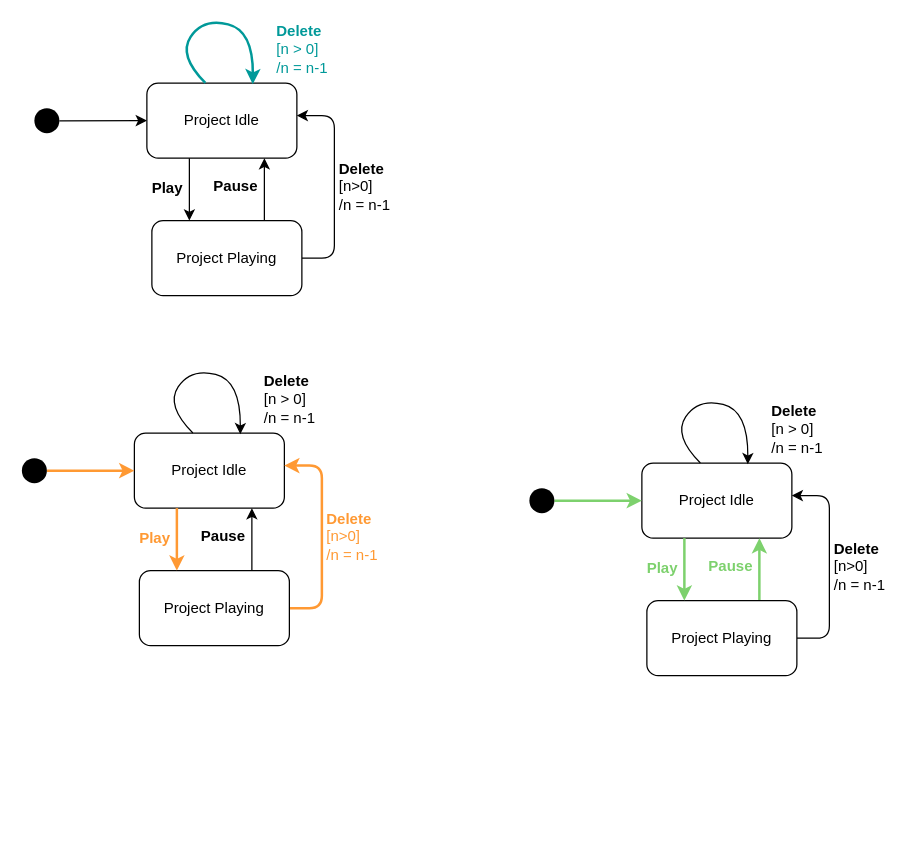
Above: docs/04_assignment/schema/03_delete_project/03_tests.drawio in Jumaruba/jtimesched (draw.io), before the change. Source tidied: cells renumbered, new cells numbered last; positions are measured from the earlier drawing's top-left corner, leaving out a move shared by most shapes. Both pictures are drawn from the tidied source at 125%, with x=0, y=0 at pixel (21, 18).
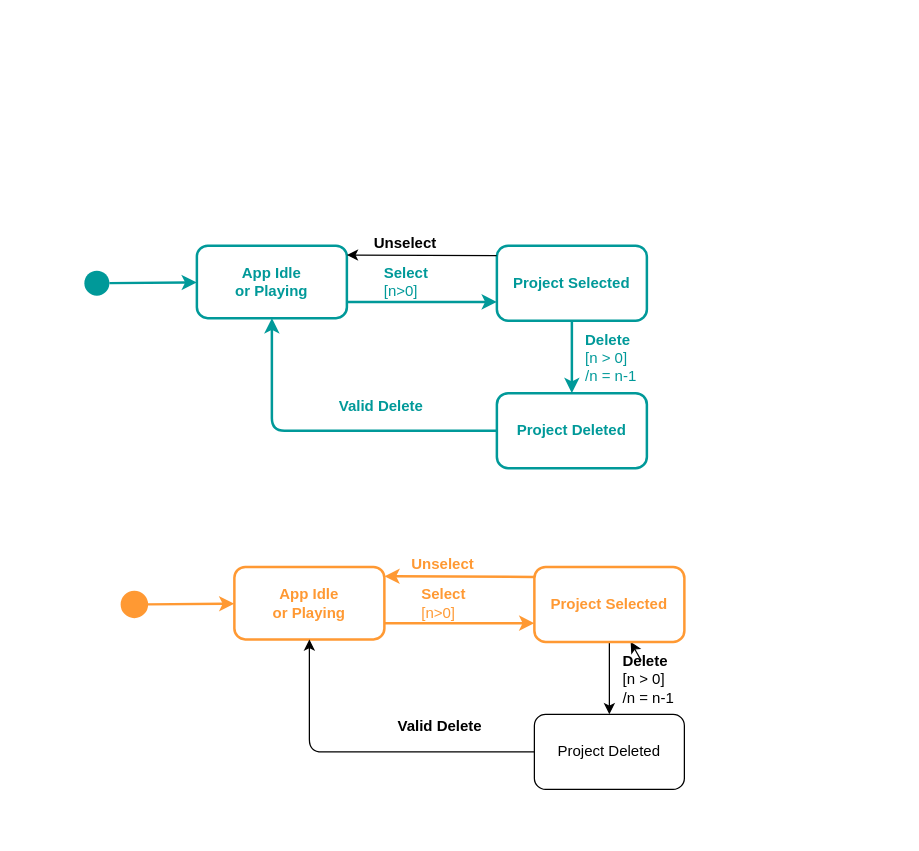
Above is the later version.

What changed in the source:
```diff
@@
-    <mxCell id="2" value="Project Idle" style="rounded=1;whiteSpace=wrap;html=1;" parent="1" vertex="1">
-      <mxGeometry x="100" y="52" width="120" height="60" as="geometry" />
-    </mxCell>
-    <mxCell id="3" style="edgeStyle=none;html=1;fontSize=12;fillColor=#009999;" parent="1" edge="1" source="4" target="2">
-      <mxGeometry relative="1" as="geometry" />
-    </mxCell>
-    <mxCell id="4" style="ellipse;fillColor=#000000;strokeColor=none;" parent="1" vertex="1">
-      <mxGeometry x="10" y="72" width="20" height="20" as="geometry" />
-    </mxCell>
-    <mxCell id="5" value="&lt;div&gt;&lt;b&gt;&lt;font color=&quot;#009999&quot;&gt;Delete&lt;/font&gt;&lt;/b&gt;&lt;/div&gt;&lt;div&gt;&lt;font color=&quot;#009999&quot;&gt;[n &amp;gt; 0]&lt;/font&gt;&lt;/div&gt;&lt;div&gt;&lt;span&gt;&lt;font color=&quot;#009999&quot;&gt;/n = n-1&lt;/font&gt;&lt;/span&gt;&lt;/div&gt;" style="text;html=1;strokeColor=none;fillColor=none;align=left;verticalAlign=middle;whiteSpace=wrap;rounded=0;fontSize=12;" parent="1" vertex="1">
-      <mxGeometry x="202" y="10" width="50" height="30" as="geometry" />
-    </mxCell>
-    <mxCell id="6" style="edgeStyle=none;html=1;exitX=0.75;exitY=0;exitDx=0;exitDy=0;entryX=0.75;entryY=1;entryDx=0;entryDy=0;fontSize=12;" parent="1" edge="1" source="8">
-      <mxGeometry relative="1" as="geometry">
-        <mxPoint x="194" y="112" as="targetPoint" />
-      </mxGeometry>
-    </mxCell>
-    <mxCell id="7" style="edgeStyle=none;html=1;exitX=1;exitY=0.5;exitDx=0;exitDy=0;entryX=0.999;entryY=0.433;entryDx=0;entryDy=0;entryPerimeter=0;" parent="1" edge="1" source="8" target="2">
-      <mxGeometry relative="1" as="geometry">
-        <Array as="points">
-          <mxPoint x="250" y="192" />
-          <mxPoint x="250" y="78" />
-        </Array>
-      </mxGeometry>
-    </mxCell>
-    <mxCell id="8" value="Project Playing" style="rounded=1;whiteSpace=wrap;html=1;fontSize=12;" parent="1" vertex="1">
-      <mxGeometry x="104" y="162" width="120" height="60" as="geometry" />
-    </mxCell>
-    <mxCell id="9" style="edgeStyle=none;html=1;fontSize=12;entryX=0.25;entryY=0;entryDx=0;entryDy=0;exitX=0.25;exitY=1;exitDx=0;exitDy=0;" parent="1" edge="1" target="8">
-      <mxGeometry relative="1" as="geometry">
-        <mxPoint x="134" y="112" as="sourcePoint" />
-      </mxGeometry>
-    </mxCell>
-    <mxCell id="10" value="&lt;b&gt;Play&lt;/b&gt;" style="text;html=1;align=right;verticalAlign=middle;strokeColor=none;fillColor=none;" parent="1" vertex="1">
-      <mxGeometry x="90" y="126" width="40" height="20" as="geometry" />
-    </mxCell>
-    <mxCell id="11" value="&lt;b&gt;Pause&lt;/b&gt;" style="text;html=1;align=right;verticalAlign=middle;strokeColor=none;fillColor=none;" parent="1" vertex="1">
-      <mxGeometry x="140" y="125" width="50" height="20" as="geometry" />
-    </mxCell>
-    <mxCell id="12" style="curved=1;endArrow=classic;html=1;exitX=0.39;exitY=-0.002;exitDx=0;exitDy=0;entryX=0.706;entryY=0.014;entryDx=0;entryDy=0;exitPerimeter=0;entryPerimeter=0;strokeColor=#009999;strokeWidth=2;" parent="1" edge="1" source="2" target="2">
-      <mxGeometry relative="1" as="geometry">
-        <Array as="points">
-          <mxPoint x="125" y="30" />
-          <mxPoint x="145" />
-          <mxPoint x="185" y="10" />
-        </Array>
-      </mxGeometry>
-    </mxCell>
-    <mxCell id="13" value="&lt;div&gt;&lt;b&gt;Delete&lt;/b&gt;&lt;/div&gt;&lt;div&gt;[n&amp;gt;0]&lt;/div&gt;&lt;div&gt;&lt;span&gt;/n = n-1&lt;/span&gt;&lt;/div&gt;" style="text;html=1;strokeColor=none;fillColor=none;align=left;verticalAlign=middle;whiteSpace=wrap;rounded=0;fontSize=12;" parent="1" vertex="1">
-      <mxGeometry x="252" y="120" width="53" height="30" as="geometry" />
-    </mxCell>
-    <mxCell id="14" value="Project Idle" style="rounded=1;whiteSpace=wrap;html=1;" parent="1" vertex="1">
-      <mxGeometry x="90" y="332" width="120" height="60" as="geometry" />
-    </mxCell>
-    <mxCell id="15" style="edgeStyle=none;html=1;fontSize=12;strokeColor=#FF9933;strokeWidth=2;" parent="1" edge="1" source="16" target="14">
-      <mxGeometry relative="1" as="geometry" />
-    </mxCell>
-    <mxCell id="16" style="ellipse;fillColor=#000000;strokeColor=none;" parent="1" vertex="1">
-      <mxGeometry y="352" width="20" height="20" as="geometry" />
-    </mxCell>
-    <mxCell id="17" value="&lt;div&gt;&lt;b&gt;Delete&lt;/b&gt;&lt;/div&gt;&lt;div&gt;[n &amp;gt; 0]&lt;/div&gt;&lt;div&gt;&lt;span&gt;/n = n-1&lt;/span&gt;&lt;/div&gt;" style="text;html=1;strokeColor=none;fillColor=none;align=left;verticalAlign=middle;whiteSpace=wrap;rounded=0;fontSize=12;" parent="1" vertex="1">
-      <mxGeometry x="192" y="290" width="50" height="30" as="geometry" />
-    </mxCell>
-    <mxCell id="18" style="edgeStyle=none;html=1;exitX=0.75;exitY=0;exitDx=0;exitDy=0;entryX=0.75;entryY=1;entryDx=0;entryDy=0;fontSize=12;" parent="1" edge="1" source="20">
-      <mxGeometry relative="1" as="geometry">
-        <mxPoint x="184" y="392" as="targetPoint" />
-      </mxGeometry>
-    </mxCell>
-    <mxCell id="19" style="edgeStyle=none;html=1;exitX=1;exitY=0.5;exitDx=0;exitDy=0;entryX=0.999;entryY=0.433;entryDx=0;entryDy=0;entryPerimeter=0;strokeColor=#FF9933;strokeWidth=2;" parent="1" edge="1" source="20" target="14">
-      <mxGeometry relative="1" as="geometry">
-        <Array as="points">
-          <mxPoint x="240" y="472" />
-          <mxPoint x="240" y="358" />
-        </Array>
-      </mxGeometry>
-    </mxCell>
-    <mxCell id="20" value="Project Playing" style="rounded=1;whiteSpace=wrap;html=1;fontSize=12;" parent="1" vertex="1">
-      <mxGeometry x="94" y="442" width="120" height="60" as="geometry" />
-    </mxCell>
-    <mxCell id="21" style="edgeStyle=none;html=1;fontSize=12;entryX=0.25;entryY=0;entryDx=0;entryDy=0;exitX=0.25;exitY=1;exitDx=0;exitDy=0;strokeColor=#FF9933;strokeWidth=2;" parent="1" edge="1" target="20">
-      <mxGeometry relative="1" as="geometry">
-        <mxPoint x="124" y="392" as="sourcePoint" />
-      </mxGeometry>
-    </mxCell>
-    <mxCell id="22" value="&lt;b&gt;&lt;font color=&quot;#ff9933&quot;&gt;Play&lt;/font&gt;&lt;/b&gt;" style="text;html=1;align=right;verticalAlign=middle;strokeColor=none;fillColor=none;" parent="1" vertex="1">
-      <mxGeometry x="80" y="406" width="40" height="20" as="geometry" />
-    </mxCell>
-    <mxCell id="23" value="&lt;b&gt;Pause&lt;/b&gt;" style="text;html=1;align=right;verticalAlign=middle;strokeColor=none;fillColor=none;" parent="1" vertex="1">
-      <mxGeometry x="130" y="405" width="50" height="20" as="geometry" />
-    </mxCell>
-    <mxCell id="24" style="curved=1;endArrow=classic;html=1;exitX=0.39;exitY=-0.002;exitDx=0;exitDy=0;entryX=0.706;entryY=0.014;entryDx=0;entryDy=0;exitPerimeter=0;entryPerimeter=0;" parent="1" edge="1" source="14" target="14">
-      <mxGeometry relative="1" as="geometry">
-        <Array as="points">
-          <mxPoint x="115" y="310" />
-          <mxPoint x="135" y="280" />
-          <mxPoint x="175" y="290" />
-        </Array>
-      </mxGeometry>
-    </mxCell>
-    <mxCell id="25" value="&lt;div&gt;&lt;b&gt;&lt;font color=&quot;#ff9933&quot;&gt;Delete&lt;/font&gt;&lt;/b&gt;&lt;/div&gt;&lt;div&gt;&lt;font color=&quot;#ff9933&quot;&gt;[n&amp;gt;0]&lt;/font&gt;&lt;/div&gt;&lt;div&gt;&lt;span&gt;&lt;font color=&quot;#ff9933&quot;&gt;/n = n-1&lt;/font&gt;&lt;/span&gt;&lt;/div&gt;" style="text;html=1;strokeColor=none;fillColor=none;align=left;verticalAlign=middle;whiteSpace=wrap;rounded=0;fontSize=12;" parent="1" vertex="1">
-      <mxGeometry x="242" y="400" width="53" height="30" as="geometry" />
-    </mxCell>
-    <mxCell id="26" value="Project Idle" style="rounded=1;whiteSpace=wrap;html=1;" parent="1" vertex="1">
-      <mxGeometry x="496" y="356" width="120" height="60" as="geometry" />
-    </mxCell>
-    <mxCell id="27" style="edgeStyle=none;html=1;fontSize=12;strokeColor=#7DD16D;strokeWidth=2;" parent="1" edge="1" source="28" target="26">
-      <mxGeometry relative="1" as="geometry" />
-    </mxCell>
-    <mxCell id="28" style="ellipse;fillColor=#000000;strokeColor=none;" parent="1" vertex="1">
-      <mxGeometry x="406" y="376" width="20" height="20" as="geometry" />
-    </mxCell>
-    <mxCell id="29" value="&lt;div&gt;&lt;b&gt;Delete&lt;/b&gt;&lt;/div&gt;&lt;div&gt;[n &amp;gt; 0]&lt;/div&gt;&lt;div&gt;&lt;span&gt;/n = n-1&lt;/span&gt;&lt;/div&gt;" style="text;html=1;strokeColor=none;fillColor=none;align=left;verticalAlign=middle;whiteSpace=wrap;rounded=0;fontSize=12;" parent="1" vertex="1">
-      <mxGeometry x="598" y="314" width="50" height="30" as="geometry" />
-    </mxCell>
-    <mxCell id="30" style="edgeStyle=none;html=1;exitX=0.75;exitY=0;exitDx=0;exitDy=0;entryX=0.75;entryY=1;entryDx=0;entryDy=0;fontSize=12;strokeWidth=2;strokeColor=#7DD16D;" parent="1" edge="1" source="32">
-      <mxGeometry relative="1" as="geometry">
-        <mxPoint x="590" y="416" as="targetPoint" />
-      </mxGeometry>
-    </mxCell>
-    <mxCell id="31" style="edgeStyle=none;html=1;exitX=1;exitY=0.5;exitDx=0;exitDy=0;entryX=0.999;entryY=0.433;entryDx=0;entryDy=0;entryPerimeter=0;" parent="1" edge="1" source="32" target="26">
-      <mxGeometry relative="1" as="geometry">
-        <Array as="points">
-          <mxPoint x="646" y="496" />
-          <mxPoint x="646" y="382" />
-        </Array>
-      </mxGeometry>
-    </mxCell>
-    <mxCell id="32" value="Project Playing" style="rounded=1;whiteSpace=wrap;html=1;fontSize=12;" parent="1" vertex="1">
-      <mxGeometry x="500" y="466" width="120" height="60" as="geometry" />
-    </mxCell>
-    <mxCell id="33" style="edgeStyle=none;html=1;fontSize=12;entryX=0.25;entryY=0;entryDx=0;entryDy=0;exitX=0.25;exitY=1;exitDx=0;exitDy=0;fontColor=#7DD16D;strokeColor=#7DD16D;strokeWidth=2;" parent="1" edge="1" target="32">
-      <mxGeometry relative="1" as="geometry">
-        <mxPoint x="530" y="416" as="sourcePoint" />
-      </mxGeometry>
-    </mxCell>
-    <mxCell id="34" value="&lt;b&gt;Play&lt;/b&gt;" style="text;html=1;align=right;verticalAlign=middle;strokeColor=none;fillColor=none;fontColor=#7DD16D;" parent="1" vertex="1">
-      <mxGeometry x="486" y="430" width="40" height="20" as="geometry" />
-    </mxCell>
-    <mxCell id="35" value="&lt;b&gt;Pause&lt;/b&gt;" style="text;html=1;align=right;verticalAlign=middle;strokeColor=none;fillColor=none;fontColor=#7DD16D;" parent="1" vertex="1">
-      <mxGeometry x="536" y="429" width="50" height="20" as="geometry" />
-    </mxCell>
-    <mxCell id="36" style="curved=1;endArrow=classic;html=1;exitX=0.39;exitY=-0.002;exitDx=0;exitDy=0;entryX=0.706;entryY=0.014;entryDx=0;entryDy=0;exitPerimeter=0;entryPerimeter=0;" parent="1" edge="1" source="26" target="26">
-      <mxGeometry relative="1" as="geometry">
-        <Array as="points">
-          <mxPoint x="521" y="334" />
-          <mxPoint x="541" y="304" />
-          <mxPoint x="581" y="314" />
-        </Array>
-      </mxGeometry>
-    </mxCell>
+    <mxCell id="38" style="rounded=0;whiteSpace=wrap;html=1;fillColor=#FFFFFF;strokeColor=none;strokeWidth=0;" parent="1" vertex="1">
+      <mxGeometry x="28" y="140" width="535" height="510" as="geometry" />
+    </mxCell>
-    <mxCell id="37" value="&lt;div&gt;&lt;b&gt;Delete&lt;/b&gt;&lt;/div&gt;&lt;div&gt;[n&amp;gt;0]&lt;/div&gt;&lt;div&gt;&lt;span&gt;/n = n-1&lt;/span&gt;&lt;/div&gt;" style="text;html=1;strokeColor=none;fillColor=none;align=left;verticalAlign=middle;whiteSpace=wrap;rounded=0;fontSize=12;" parent="1" vertex="1">
-      <mxGeometry x="648" y="424" width="53" height="30" as="geometry" />
+    <mxCell id="37" style="edgeStyle=none;html=1;entryX=0;entryY=0.75;entryDx=0;entryDy=0;strokeColor=#009999;strokeWidth=2;" parent="1" edge="1" target="49">
+      <mxGeometry relative="1" as="geometry">
+        <mxPoint x="260" y="227" as="sourcePoint" />
+      </mxGeometry>
     </mxCell>
+    <mxCell id="39" value="&lt;b&gt;&lt;font color=&quot;#009999&quot;&gt;App Idle&lt;br&gt;or Playing&lt;/font&gt;&lt;/b&gt;" style="rounded=1;whiteSpace=wrap;html=1;fillColor=none;strokeColor=#009999;fontColor=#000000;strokeWidth=2;" parent="1" vertex="1">
+      <mxGeometry x="140" y="182" width="120" height="58" as="geometry" />
+    </mxCell>
+    <mxCell id="40" style="edgeStyle=none;html=1;fontSize=12;strokeColor=#009999;strokeWidth=2;" parent="1" edge="1" source="41" target="39">
+      <mxGeometry relative="1" as="geometry" />
+    </mxCell>
+    <mxCell id="41" style="ellipse;fillColor=#009999;strokeColor=none;strokeWidth=2;" parent="1" vertex="1">
+      <mxGeometry x="50" y="202" width="20" height="20" as="geometry" />
+    </mxCell>
+    <mxCell id="42" style="edgeStyle=none;html=1;entryX=0.5;entryY=1;entryDx=0;entryDy=0;exitX=0;exitY=0.5;exitDx=0;exitDy=0;strokeColor=#009999;strokeWidth=2;" parent="1" edge="1" source="44" target="39">
+      <mxGeometry relative="1" as="geometry">
+        <Array as="points">
+          <mxPoint x="200" y="330" />
+        </Array>
+      </mxGeometry>
+    </mxCell>
+    <mxCell id="43" style="edgeStyle=none;html=1;strokeColor=#009999;fontColor=#009999;strokeWidth=2;" parent="1" edge="1" source="49" target="44">
+      <mxGeometry relative="1" as="geometry" />
+    </mxCell>
+    <mxCell id="44" value="&lt;b&gt;&lt;font color=&quot;#009999&quot;&gt;Project Deleted&lt;/font&gt;&lt;/b&gt;" style="rounded=1;whiteSpace=wrap;html=1;fillColor=none;strokeColor=#009999;fontColor=#000000;strokeWidth=2;" parent="1" vertex="1">
+      <mxGeometry x="380" y="300" width="120" height="60" as="geometry" />
+    </mxCell>
+    <mxCell id="45" value="&lt;div&gt;&lt;b&gt;Delete&lt;/b&gt;&lt;/div&gt;&lt;div&gt;[n &amp;gt; 0]&lt;/div&gt;&lt;div&gt;&lt;span&gt;/n = n-1&lt;/span&gt;&lt;/div&gt;" style="text;html=1;strokeColor=none;fillColor=none;align=left;verticalAlign=middle;whiteSpace=wrap;rounded=0;fontSize=12;fontColor=#009999;" parent="1" vertex="1">
+      <mxGeometry x="449" y="257" width="50" height="30" as="geometry" />
+    </mxCell>
+    <mxCell id="46" value="&lt;b&gt;Unselect&lt;/b&gt;" style="text;html=1;strokeColor=none;fillColor=none;align=left;verticalAlign=middle;whiteSpace=wrap;rounded=0;fontSize=12;fontColor=#000000;" parent="1" vertex="1">
+      <mxGeometry x="280" y="165" width="50" height="30" as="geometry" />
+    </mxCell>
+    <mxCell id="47" value="&lt;b&gt;&lt;font color=&quot;#009999&quot;&gt;Valid Delete&lt;/font&gt;&lt;/b&gt;" style="text;html=1;strokeColor=none;fillColor=none;align=left;verticalAlign=middle;whiteSpace=wrap;rounded=0;fontSize=12;fontColor=#000000;" parent="1" vertex="1">
+      <mxGeometry x="252" y="296" width="70" height="30" as="geometry" />
+    </mxCell>
+    <mxCell id="48" value="&lt;b&gt;Select&lt;/b&gt;&lt;br&gt;[n&amp;gt;0]" style="text;html=1;strokeColor=none;fillColor=none;align=left;verticalAlign=middle;whiteSpace=wrap;rounded=0;fontSize=12;fontColor=#009999;strokeWidth=2;" parent="1" vertex="1">
+      <mxGeometry x="287.5" y="196" width="42.5" height="30" as="geometry" />
+    </mxCell>
+    <mxCell id="49" value="&lt;b&gt;&lt;font color=&quot;#009999&quot;&gt;Project Selected&lt;/font&gt;&lt;/b&gt;" style="rounded=1;whiteSpace=wrap;html=1;fontSize=12;fillColor=none;strokeColor=#009999;fontColor=#000000;strokeWidth=2;" parent="1" vertex="1">
+      <mxGeometry x="380" y="182" width="120" height="60" as="geometry" />
+    </mxCell>
+    <mxCell id="50" style="edgeStyle=none;html=1;entryX=1;entryY=0.25;entryDx=0;entryDy=0;exitX=-0.002;exitY=0.134;exitDx=0;exitDy=0;exitPerimeter=0;strokeColor=#000000;" parent="1" edge="1" source="49">
+      <mxGeometry relative="1" as="geometry">
+        <mxPoint x="260" y="189.5" as="targetPoint" />
+      </mxGeometry>
+    </mxCell>
+    <mxCell id="51" style="edgeStyle=none;html=1;entryX=0;entryY=0.75;entryDx=0;entryDy=0;strokeColor=#FF9933;strokeWidth=2;" parent="1" edge="1" target="63">
+      <mxGeometry relative="1" as="geometry">
+        <mxPoint x="290" y="484" as="sourcePoint" />
+      </mxGeometry>
+    </mxCell>
+    <mxCell id="52" value="&lt;font color=&quot;#ff9933&quot;&gt;&lt;b&gt;App Idle&lt;br&gt;or Playing&lt;/b&gt;&lt;/font&gt;" style="rounded=1;whiteSpace=wrap;html=1;fillColor=none;strokeColor=#FF9933;fontColor=#000000;strokeWidth=2;" parent="1" vertex="1">
+      <mxGeometry x="170" y="439" width="120" height="58" as="geometry" />
+    </mxCell>
+    <mxCell id="53" style="edgeStyle=none;html=1;fontSize=12;strokeColor=#FF9933;strokeWidth=2;" parent="1" edge="1" source="54" target="52">
+      <mxGeometry relative="1" as="geometry" />
+    </mxCell>
+    <mxCell id="54" style="ellipse;fillColor=#FF9933;strokeColor=#FF9933;strokeWidth=2;" parent="1" vertex="1">
+      <mxGeometry x="80" y="459" width="20" height="20" as="geometry" />
+    </mxCell>
+    <mxCell id="55" style="edgeStyle=none;html=1;entryX=0.5;entryY=1;entryDx=0;entryDy=0;exitX=0;exitY=0.5;exitDx=0;exitDy=0;strokeColor=#000000;" parent="1" edge="1" source="57" target="52">
+      <mxGeometry relative="1" as="geometry">
+        <Array as="points">
+          <mxPoint x="230" y="587" />
+        </Array>
+      </mxGeometry>
+    </mxCell>
+    <mxCell id="56" style="edgeStyle=none;html=1;strokeColor=#000000;" parent="1" edge="1" source="63" target="57">
+      <mxGeometry relative="1" as="geometry" />
+    </mxCell>
+    <mxCell id="57" value="Project Deleted" style="rounded=1;whiteSpace=wrap;html=1;fillColor=none;strokeColor=#000000;fontColor=#000000;" parent="1" vertex="1">
+      <mxGeometry x="410" y="557" width="120" height="60" as="geometry" />
+    </mxCell>
+    <mxCell id="58" style="edgeStyle=none;html=1;fontColor=#000000;strokeColor=#000000;" parent="1" edge="1" source="59" target="63">
+      <mxGeometry relative="1" as="geometry" />
+    </mxCell>
+    <mxCell id="59" value="&lt;div&gt;&lt;b&gt;Delete&lt;/b&gt;&lt;/div&gt;&lt;div&gt;[n &amp;gt; 0]&lt;/div&gt;&lt;div&gt;&lt;span&gt;/n = n-1&lt;/span&gt;&lt;/div&gt;" style="text;html=1;strokeColor=none;fillColor=none;align=left;verticalAlign=middle;whiteSpace=wrap;rounded=0;fontSize=12;fontColor=#000000;" parent="1" vertex="1">
+      <mxGeometry x="479" y="514" width="50" height="30" as="geometry" />
+    </mxCell>
+    <mxCell id="60" value="&lt;b&gt;&lt;font color=&quot;#ff9933&quot;&gt;Unselect&lt;/font&gt;&lt;/b&gt;" style="text;html=1;strokeColor=none;fillColor=none;align=left;verticalAlign=middle;whiteSpace=wrap;rounded=0;fontSize=12;fontColor=#000000;" parent="1" vertex="1">
+      <mxGeometry x="310" y="422" width="50" height="30" as="geometry" />
+    </mxCell>
+    <mxCell id="61" value="&lt;b&gt;Valid Delete&lt;/b&gt;" style="text;html=1;strokeColor=none;fillColor=none;align=left;verticalAlign=middle;whiteSpace=wrap;rounded=0;fontSize=12;fontColor=#000000;" parent="1" vertex="1">
+      <mxGeometry x="299" y="552" width="70" height="30" as="geometry" />
+    </mxCell>
+    <mxCell id="62" value="&lt;font color=&quot;#ff9933&quot;&gt;&lt;b&gt;Select&lt;/b&gt;&lt;br&gt;[n&amp;gt;0]&lt;/font&gt;" style="text;html=1;strokeColor=none;fillColor=none;align=left;verticalAlign=middle;whiteSpace=wrap;rounded=0;fontSize=12;fontColor=#000000;" parent="1" vertex="1">
+      <mxGeometry x="317.5" y="453" width="42.5" height="30" as="geometry" />
+    </mxCell>
+    <mxCell id="63" value="&lt;font color=&quot;#ff9933&quot;&gt;&lt;b&gt;Project Selected&lt;/b&gt;&lt;/font&gt;" style="rounded=1;whiteSpace=wrap;html=1;fontSize=12;fillColor=none;strokeColor=#FF9933;fontColor=#000000;strokeWidth=2;" parent="1" vertex="1">
+      <mxGeometry x="410" y="439" width="120" height="60" as="geometry" />
+    </mxCell>
+    <mxCell id="64" style="edgeStyle=none;html=1;entryX=1;entryY=0.25;entryDx=0;entryDy=0;exitX=-0.002;exitY=0.134;exitDx=0;exitDy=0;exitPerimeter=0;strokeColor=#FF9933;strokeWidth=2;" parent="1" edge="1" source="63">
+      <mxGeometry relative="1" as="geometry">
+        <mxPoint x="290" y="446.5" as="targetPoint" />
+      </mxGeometry>
+    </mxCell>
```
